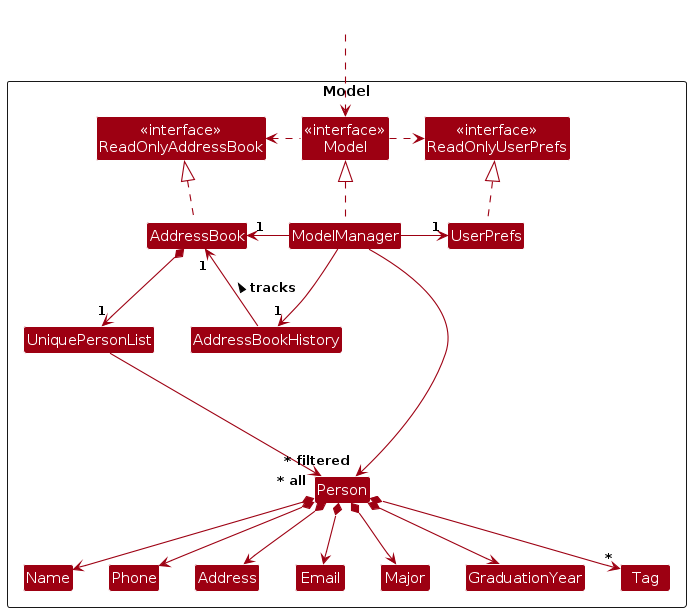
This is diagrams/ModelClassDiagram.png from AY2627S1-CS2103T-F15-3/tp, a PlantUML export, as it was before one commit. Its source is kept beside it as diagrams/ModelClassDiagram.puml.
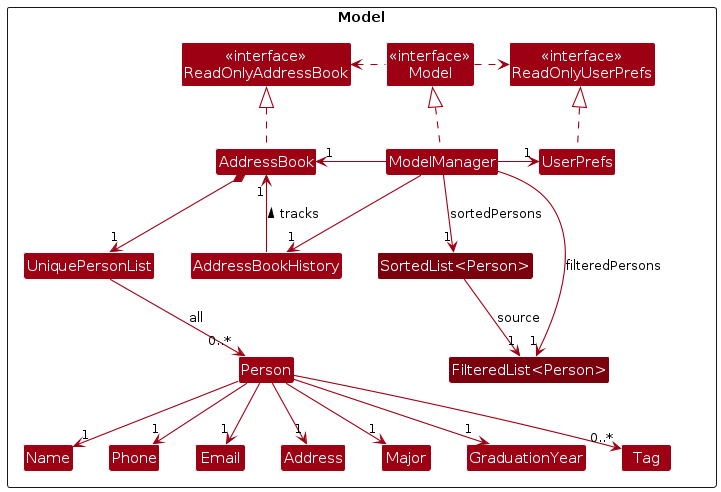
The same diagram one commit later.

What changed in the source:
```diff
@@ -3,8 +3,10 @@
 skinparam arrowThickness 1.1
 skinparam arrowColor MODEL_COLOR
 skinparam classBackgroundColor MODEL_COLOR
+skinparam genericDisplay old
+skinparam ArrowFontStyle plain
 
-Package Model as ModelPackage <<Rectangle>>{
+Package Model as ModelPackage <<Rectangle>> {
 Class "<<interface>>\nReadOnlyAddressBook" as ReadOnlyAddressBook
 Class "<<interface>>\nReadOnlyUserPrefs" as ReadOnlyUserPrefs
 Class "<<interface>>\nModel" as Model
@@ -22,15 +24,11 @@
 Class Major
 Class GraduationYear
 Class Tag
-
-Class I #FFFFFF
+Class "FilteredList<Person>" as FilteredPersons MODEL_COLOR_T3
+Class "SortedList<Person>" as SortedPersons MODEL_COLOR_T3
 }
 
-Class HiddenOutside #FFFFFF
-HiddenOutside ..> Model
-
 AddressBook .up.|> ReadOnlyAddressBook
-
 ModelManager .up.|> Model
 Model .right.> ReadOnlyUserPrefs
 Model .left.> ReadOnlyAddressBook
@@ -41,23 +39,22 @@
 UserPrefs .up.|> ReadOnlyUserPrefs
 
 AddressBook *--> "1" UniquePersonList
-UniquePersonList --> "~* all" Person
-Person *--> Name
-Person *--> Phone
-Person *--> Email
-Person *--> Address
-Person *--> Major
-Person *--> GraduationYear
-Person *--> "*" Tag
+UniquePersonList --> "0..*" Person : all
+Person --> "1" Name
+Person --> "1" Phone
+Person --> "1" Email
+Person --> "1" Address
+Person --> "1" Major
+Person --> "1" GraduationYear
+Person --> "0..*" Tag
 
-Person -[hidden]up--> I
-UniquePersonList -[hidden]right-> I
+ModelManager --> "1" FilteredPersons : filteredPersons
+ModelManager --> "1" SortedPersons : sortedPersons
+SortedPersons --> "1" FilteredPersons : source
 
 Name -[hidden]right-> Phone
-Phone -[hidden]right-> Address
-Address -[hidden]right-> Email
-Email -[hidden]right-> Major
+Phone -[hidden]right-> Email
+Email -[hidden]right-> Address
 Major -[hidden]right-> GraduationYear
-
-ModelManager --> "~* filtered" Person
+GraduationYear -[hidden]right-> Tag
 @enduml
```
